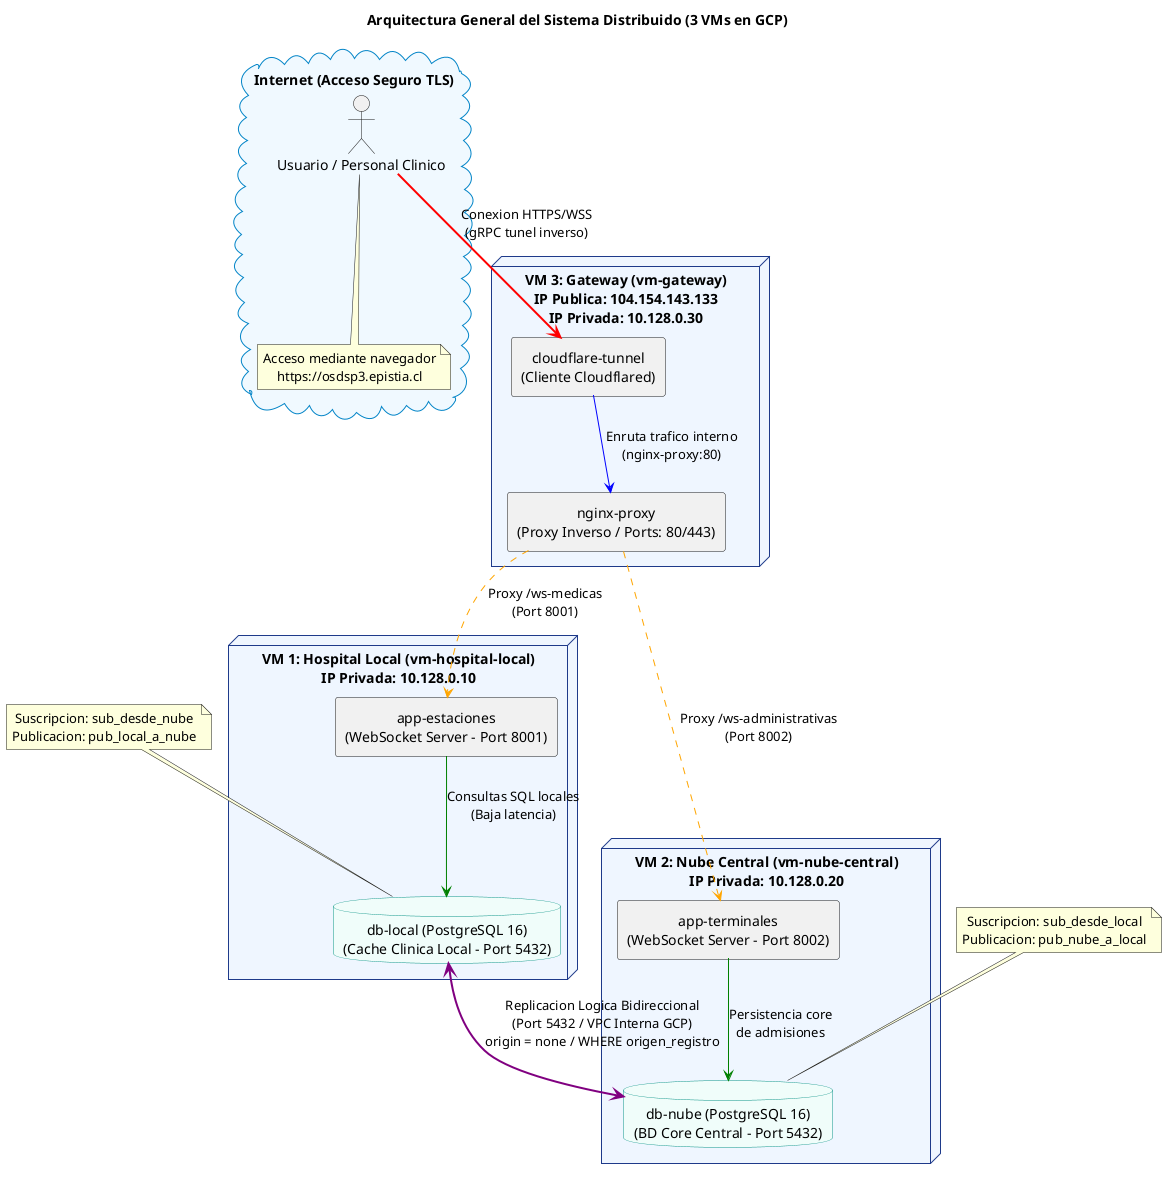
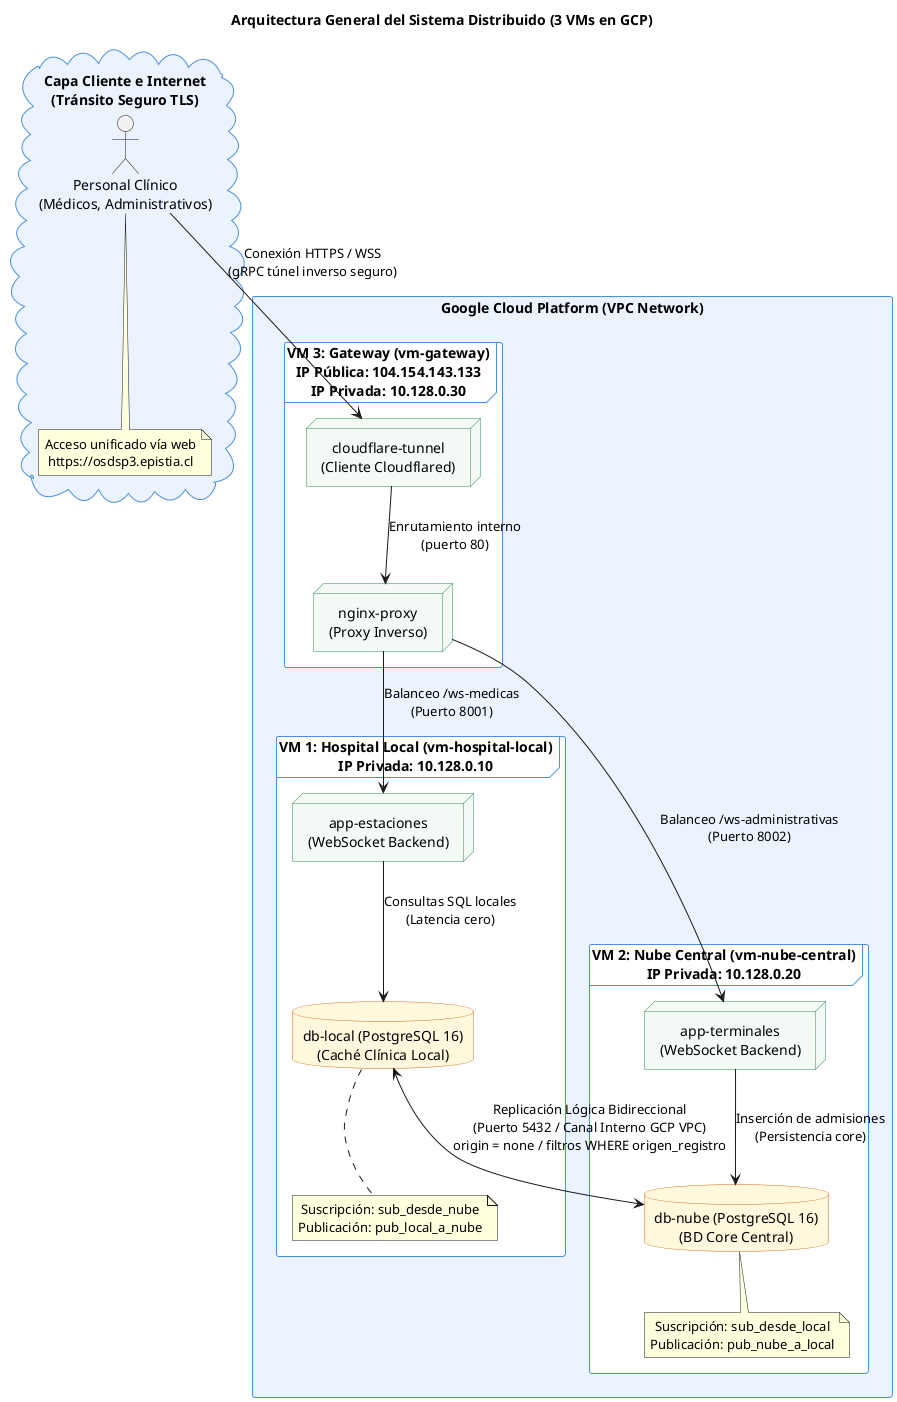
@startuml Arquitectura OSDS: Centro de Salud Digital
title Arquitectura General del Sistema Distribuido (3 VMs en GCP)

skinparam shadowing false
skinparam packageStyle rectangle
skinparam componentStyle rectangle
skinparam defaultTextAlignment center

- ' Colores
- skinparam node {
-     BorderColor #1E3A8A
-     BackgroundColor #EFF6FF
- }
- skinparam database {
-     BorderColor #0D9488
-     BackgroundColor #F0FDFA
- }
- skinparam cloud {
-     BorderColor #0284C7
-     BackgroundColor #F0F9FF
+ skinparam package {
+     BorderColor #4A90E2
+     BackgroundColor #EAF3FF
}

- cloud "Internet (Acceso Seguro TLS)" as INTERNET {
-     actor "Usuario / Personal Clinico" as CLIENT
+ skinparam node {
+     BorderColor #2E8B57
+     BackgroundColor #F4FBF7
+ }
+ 
+ skinparam database {
+     BorderColor #D2691E
+     BackgroundColor #FFF8DC
+ }
+ 
+ '====================================================
+ ' CLIENTE / INTERNET
+ '====================================================
+ cloud "Capa Cliente e Internet\n(Tránsito Seguro TLS)" as INTERNET {
+     actor "Personal Clínico\n(Médicos, Administrativos)" as CLIENT
+ 
    note bottom of CLIENT
-         Acceso mediante navegador
+         Acceso unificado vía web
        https://osdsp3.epistia.cl
    end note
}

- node "VM 3: Gateway (vm-gateway)\nIP Publica: 104.154.143.133\nIP Privada: 10.128.0.30" as VMGATEWAY {
-     component "cloudflare-tunnel\n(Cliente Cloudflared)" as TUNNEL
-     component "nginx-proxy\n(Proxy Inverso / Ports: 80/443)" as NGINX
+ '====================================================
+ ' INFRAESTRUCTURA GCP (VPC)
+ '====================================================
+ package "Google Cloud Platform (VPC Network)" as GCP #EAF3FF {

-     TUNNEL -[#blue]-> NGINX : Enruta trafico interno\n(nginx-proxy:80)
+     ' VM 3: Gateway Perimetral
+     frame "VM 3: Gateway (vm-gateway)\nIP Pública: 104.154.143.133\nIP Privada: 10.128.0.30" as VM3 #FFFFFF {
+         node "nginx-proxy\n(Proxy Inverso)" as NGINX
+         node "cloudflare-tunnel\n(Cliente Cloudflared)" as TUNNEL
+ 
+         TUNNEL --> NGINX : Enrutamiento interno\n(puerto 80)
+     }
+ 
+     ' VM 1: Hospital Local
+     frame "VM 1: Hospital Local (vm-hospital-local)\nIP Privada: 10.128.0.10" as VM1 #FFFFFF {
+         node "app-estaciones\n(WebSocket Backend)" as ESTACIONES
+         database "db-local (PostgreSQL 16)\n(Caché Clínica Local)" as DBLOCAL
+ 
+         ESTACIONES --> DBLOCAL : Consultas SQL locales\n(Latencia cero)
+ 
+         note bottom of DBLOCAL
+             Suscripción: sub_desde_nube
+             Publicación: pub_local_a_nube
+         end note
+     }
+ 
+     ' VM 2: Nube Central
+     frame "VM 2: Nube Central (vm-nube-central)\nIP Privada: 10.128.0.20" as VM2 #FFFFFF {
+         node "app-terminales\n(WebSocket Backend)" as TERMINALES
+         database "db-nube (PostgreSQL 16)\n(BD Core Central)" as DBNUBE
+ 
+         TERMINALES --> DBNUBE : Inserción de admisiones\n(Persistencia core)
+ 
+         note bottom of DBNUBE
+             Suscripción: sub_desde_local
+             Publicación: pub_nube_a_local
+         end note
+     }
}

- CLIENT -[#red,bold]-> TUNNEL : Conexion HTTPS/WSS\n(gRPC tunel inverso)
+ ' Conexiones de entrada
+ CLIENT --> TUNNEL : Conexión HTTPS / WSS\n(gRPC túnel inverso seguro)

- node "VM 1: Hospital Local (vm-hospital-local)\nIP Privada: 10.128.0.10" as VMHOSPITAL {
-     component "app-estaciones\n(WebSocket Server - Port 8001)" as ESTACIONES
-     database "db-local (PostgreSQL 16)\n(Cache Clinica Local - Port 5432)" as DBLOCAL
+ ' Enrutamientos de Nginx Proxy
+ NGINX --> ESTACIONES : Balanceo /ws-medicas\n(Puerto 8001)
+ NGINX --> TERMINALES : Balanceo /ws-administrativas\n(Puerto 8002)

-     ESTACIONES -[#green]-> DBLOCAL : Consultas SQL locales\n(Baja latencia)
- }
- 
- node "VM 2: Nube Central (vm-nube-central)\nIP Privada: 10.128.0.20" as VMNUBE {
-     component "app-terminales\n(WebSocket Server - Port 8002)" as TERMINALES
-     database "db-nube (PostgreSQL 16)\n(BD Core Central - Port 5432)" as DBNUBE
- 
-     TERMINALES -[#green]-> DBNUBE : Persistencia core\nde admisiones
- }
- 
- ' Flujos de Nginx
- NGINX -[#orange,dashed]-> ESTACIONES : Proxy /ws-medicas\n(Port 8001)
- NGINX -[#orange,dashed]-> TERMINALES : Proxy /ws-administrativas\n(Port 8002)
- 
- ' Canal de Replicacion Logica
- DBLOCAL <.[#purple,bold].> DBNUBE : Replicacion Logica Bidireccional\n(Port 5432 / VPC Interna GCP)\norigin = none / WHERE origen_registro
- note top of DBLOCAL
-   Suscripcion: sub_desde_nube
-   Publicacion: pub_local_a_nube
- end note
- note top of DBNUBE
-   Suscripcion: sub_desde_local
-   Publicacion: pub_nube_a_local
- end note
+ ' Canal de Replicación lógica
+ DBLOCAL <--> DBNUBE : Replicación Lógica Bidireccional\n(Puerto 5432 / Canal Interno GCP VPC)\norigin = none / filtros WHERE origen_registro

@enduml